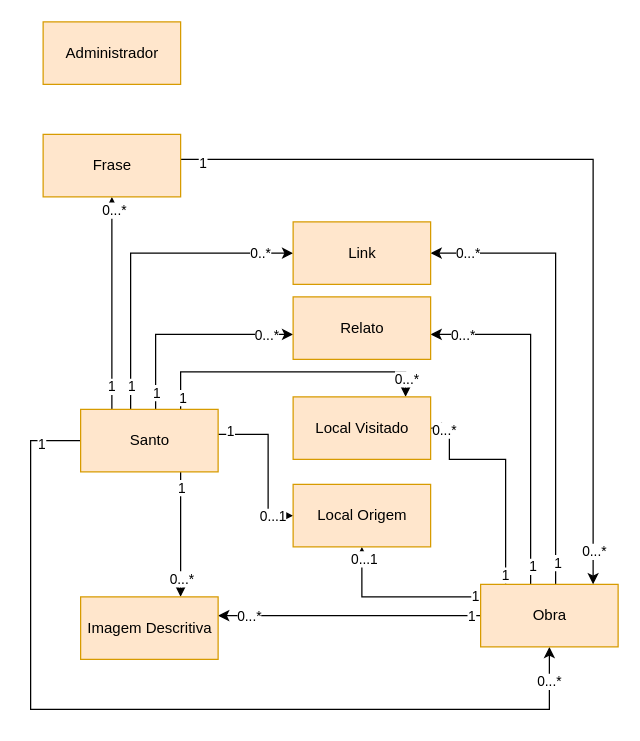
the-catholics/Saints-API keeps this draw.io diagram as page "Conceptual Model" (1 of 2) of Documentation/Untitled Diagram.drawio. Above is the earlier version. Source tidied: cells renumbered, new cells numbered last; positions are measured from the earlier drawing's top-left corner, leaving out a move shared by most shapes. Both pictures are drawn from the tidied source at 125%, with x=0, y=0 at pixel (30, 21).
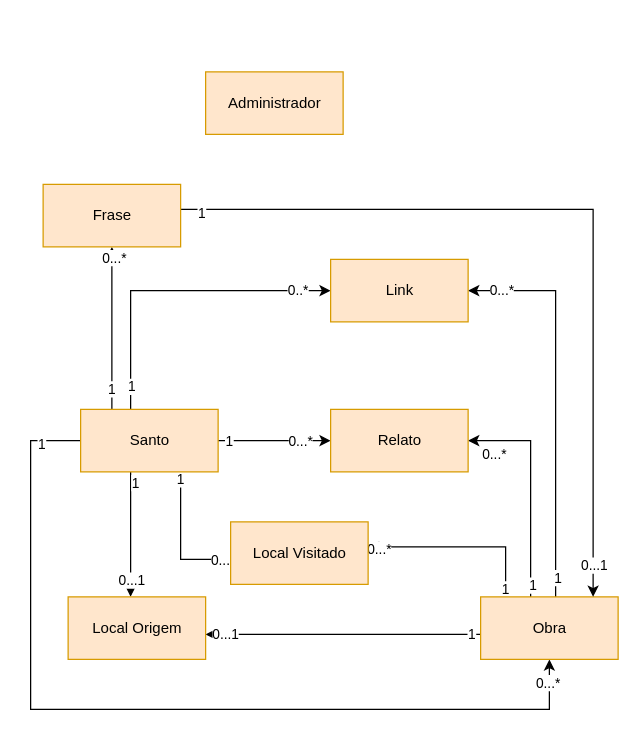
The same diagram, later.

Unchanged cells that the change refers to:
```xml
<mxCell id="2" style="edgeStyle=orthogonalEdgeStyle;rounded=0;jettySize=auto;html=1;" parent="1" edge="1" source="23" target="39">
  <mxGeometry relative="1" as="geometry">
    <Array as="points">
      <mxPoint y="335" />
      <mxPoint y="550" />
      <mxPoint x="415" y="550" />
    </Array>
  </mxGeometry>
</mxCell>
<mxCell id="23" value="Santo" style="html=1;fillColor=#ffe6cc;strokeColor=#d79b00;" parent="1" vertex="1">
  <mxGeometry x="40" y="310" width="110" height="50" as="geometry" />
</mxCell>
```

The edit, as a diff of the source:
```diff
@@
     <mxCell id="3" value="0...*" style="edgeLabel;html=1;align=center;verticalAlign=middle;" parent="2" vertex="1">
       <mxGeometry x="0.86" y="2" relative="1" as="geometry">
-        <mxPoint x="1" y="-23" as="offset" />
+        <mxPoint x="8" y="-20" as="offset" />
       </mxGeometry>
     </mxCell>
@@
-    <mxCell id="5" style="edgeStyle=orthogonalEdgeStyle;rounded=0;jettySize=auto;html=1;" parent="1" edge="1" source="23" target="40">
-      <mxGeometry relative="1" as="geometry">
-        <Array as="points">
-          <mxPoint x="120" y="420" />
-          <mxPoint x="120" y="420" />
-        </Array>
-      </mxGeometry>
-    </mxCell>
-    <mxCell id="6" value="1" style="edgeLabel;html=1;align=center;verticalAlign=middle;" parent="5" vertex="1">
-      <mxGeometry x="-0.9" relative="1" as="geometry">
-        <mxPoint y="7" as="offset" />
-      </mxGeometry>
-    </mxCell>
-    <mxCell id="7" value="0...*" style="edgeLabel;html=1;align=center;verticalAlign=middle;" parent="5" vertex="1">
-      <mxGeometry x="0.82" relative="1" as="geometry">
-        <mxPoint y="-6" as="offset" />
-      </mxGeometry>
-    </mxCell>
@@
     <mxCell id="11" style="edgeStyle=orthogonalEdgeStyle;rounded=0;jettySize=auto;html=1;" parent="1" edge="1" source="23" target="46">
       <mxGeometry relative="1" as="geometry">
         <Array as="points">
-          <mxPoint x="190" y="330" />
+          <mxPoint x="80" y="430" />
+          <mxPoint x="80" y="430" />
         </Array>
       </mxGeometry>
     </mxCell>
@@
     <mxCell id="14" style="edgeStyle=orthogonalEdgeStyle;rounded=0;jettySize=auto;html=1;" parent="1" edge="1" source="23" target="47">
       <mxGeometry relative="1" as="geometry">
         <Array as="points">
-          <mxPoint x="120" y="280" />
-          <mxPoint x="300" y="280" />
+          <mxPoint x="120" y="430" />
         </Array>
       </mxGeometry>
     </mxCell>
@@
     <mxCell id="17" style="edgeStyle=orthogonalEdgeStyle;rounded=0;jettySize=auto;html=1;" parent="1" edge="1" source="23" target="48">
       <mxGeometry relative="1" as="geometry">
         <Array as="points">
-          <mxPoint x="100" y="250" />
+          <mxPoint x="285" y="330" />
         </Array>
       </mxGeometry>
     </mxCell>
@@
     <mxCell id="19" value="0...*" style="edgeLabel;html=1;align=center;verticalAlign=middle;" parent="17" vertex="1">
       <mxGeometry x="0.84" relative="1" as="geometry">
-        <mxPoint x="-8" as="offset" />
+        <mxPoint x="-18" as="offset" />
       </mxGeometry>
     </mxCell>
     <mxCell id="20" style="edgeStyle=orthogonalEdgeStyle;rounded=0;jettySize=auto;html=1;" parent="1" edge="1" source="23" target="49">
       <mxGeometry relative="1" as="geometry">
         <Array as="points">
-          <mxPoint x="80" y="185" />
+          <mxPoint x="80" y="215" />
         </Array>
       </mxGeometry>
     </mxCell>
@@
-    <mxCell id="24" style="edgeStyle=orthogonalEdgeStyle;rounded=0;jettySize=auto;html=1;" parent="1" edge="1" source="39" target="40">
-      <mxGeometry relative="1" as="geometry">
-        <Array as="points">
-          <mxPoint x="405" y="485" />
-        </Array>
-      </mxGeometry>
-    </mxCell>
-    <mxCell id="25" value="1" style="edgeLabel;html=1;align=center;verticalAlign=middle;" parent="24" vertex="1">
-      <mxGeometry x="-0.92" relative="1" as="geometry" />
-    </mxCell>
-    <mxCell id="26" value="0...*" style="edgeLabel;html=1;align=center;verticalAlign=middle;" parent="24" vertex="1">
-      <mxGeometry x="0.86" relative="1" as="geometry">
-        <mxPoint x="9" as="offset" />
-      </mxGeometry>
-    </mxCell>
     <mxCell id="27" style="edgeStyle=orthogonalEdgeStyle;rounded=0;jettySize=auto;html=1;" parent="1" edge="1" source="39" target="46">
       <mxGeometry relative="1" as="geometry">
         <Array as="points">
-          <mxPoint x="265" y="460" />
+          <mxPoint x="210" y="490" />
+          <mxPoint x="210" y="490" />
         </Array>
       </mxGeometry>
     </mxCell>
@@
     <mxCell id="30" style="edgeStyle=orthogonalEdgeStyle;rounded=0;jettySize=auto;html=1;" parent="1" edge="1" source="39" target="47">
       <mxGeometry relative="1" as="geometry">
         <Array as="points">
-          <mxPoint x="380" y="350" />
-          <mxPoint x="335" y="350" />
-          <mxPoint x="335" y="325" />
+          <mxPoint x="380" y="420" />
         </Array>
       </mxGeometry>
     </mxCell>
@@
     <mxCell id="33" style="edgeStyle=orthogonalEdgeStyle;rounded=0;jettySize=auto;html=1;" parent="1" edge="1" source="39" target="48">
       <mxGeometry relative="1" as="geometry">
         <Array as="points">
-          <mxPoint x="400" y="250" />
+          <mxPoint x="400" y="335" />
         </Array>
       </mxGeometry>
     </mxCell>
@@
     <mxCell id="35" value="0...*" style="edgeLabel;html=1;align=center;verticalAlign=middle;" parent="33" vertex="1">
       <mxGeometry x="0.88" relative="1" as="geometry">
-        <mxPoint x="8" as="offset" />
+        <mxPoint x="10" y="10" as="offset" />
       </mxGeometry>
     </mxCell>
     <mxCell id="36" style="edgeStyle=orthogonalEdgeStyle;rounded=0;jettySize=auto;html=1;" parent="1" edge="1" source="39" target="49">
       <mxGeometry relative="1" as="geometry">
         <Array as="points">
-          <mxPoint x="420" y="185" />
+          <mxPoint x="420" y="215" />
         </Array>
       </mxGeometry>
     </mxCell>
@@
     <mxCell id="39" value="Obra" style="html=1;fillColor=#ffe6cc;strokeColor=#d79b00;" parent="1" vertex="1">
-      <mxGeometry x="360" y="450" width="110" height="50" as="geometry" />
+      <mxGeometry x="360" y="460" width="110" height="50" as="geometry" />
     </mxCell>
-    <mxCell id="40" value="Imagem Descritiva" style="html=1;fillColor=#ffe6cc;strokeColor=#d79b00;" parent="1" vertex="1">
-      <mxGeometry x="40" y="460" width="110" height="50" as="geometry" />
-    </mxCell>
     <mxCell id="41" style="edgeStyle=orthogonalEdgeStyle;rounded=0;jettySize=auto;html=1;" parent="1" edge="1" source="44" target="39">
       <mxGeometry relative="1" as="geometry">
         <Array as="points">
-          <mxPoint x="450" y="110" />
+          <mxPoint x="450" y="150" />
         </Array>
       </mxGeometry>
     </mxCell>
@@
-    <mxCell id="43" value="0...*" style="edgeLabel;html=1;align=center;verticalAlign=middle;" parent="41" vertex="1">
+    <mxCell id="43" value="0...1" style="edgeLabel;html=1;align=center;verticalAlign=middle;" parent="41" vertex="1">
       <mxGeometry x="0.92" relative="1" as="geometry" />
     </mxCell>
     <mxCell id="44" value="Frase" style="html=1;fillColor=#ffe6cc;strokeColor=#d79b00;" parent="1" vertex="1">
-      <mxGeometry x="10" y="90" width="110" height="50" as="geometry" />
+      <mxGeometry x="10" y="130" width="110" height="50" as="geometry" />
     </mxCell>
     <mxCell id="45" value="Administrador" style="html=1;fillColor=#ffe6cc;strokeColor=#d79b00;" parent="1" vertex="1">
-      <mxGeometry x="10" width="110" height="50" as="geometry" />
+      <mxGeometry x="140" y="40" width="110" height="50" as="geometry" />
     </mxCell>
     <mxCell id="46" value="Local Origem" style="html=1;fillColor=#ffe6cc;strokeColor=#d79b00;" parent="1" vertex="1">
-      <mxGeometry x="210" y="370" width="110" height="50" as="geometry" />
+      <mxGeometry x="30" y="460" width="110" height="50" as="geometry" />
     </mxCell>
     <mxCell id="47" value="Local Visitado" style="html=1;fillColor=#ffe6cc;strokeColor=#d79b00;" parent="1" vertex="1">
-      <mxGeometry x="210" y="300" width="110" height="50" as="geometry" />
+      <mxGeometry x="160" y="400" width="110" height="50" as="geometry" />
     </mxCell>
     <mxCell id="48" value="Relato" style="html=1;fillColor=#ffe6cc;strokeColor=#d79b00;" parent="1" vertex="1">
-      <mxGeometry x="210" y="220" width="110" height="50" as="geometry" />
+      <mxGeometry x="240" y="310" width="110" height="50" as="geometry" />
     </mxCell>
     <mxCell id="49" value="Link" style="html=1;fillColor=#ffe6cc;strokeColor=#d79b00;" parent="1" vertex="1">
-      <mxGeometry x="210" y="160" width="110" height="50" as="geometry" />
+      <mxGeometry x="240" y="190" width="110" height="50" as="geometry" />
     </mxCell>
```
